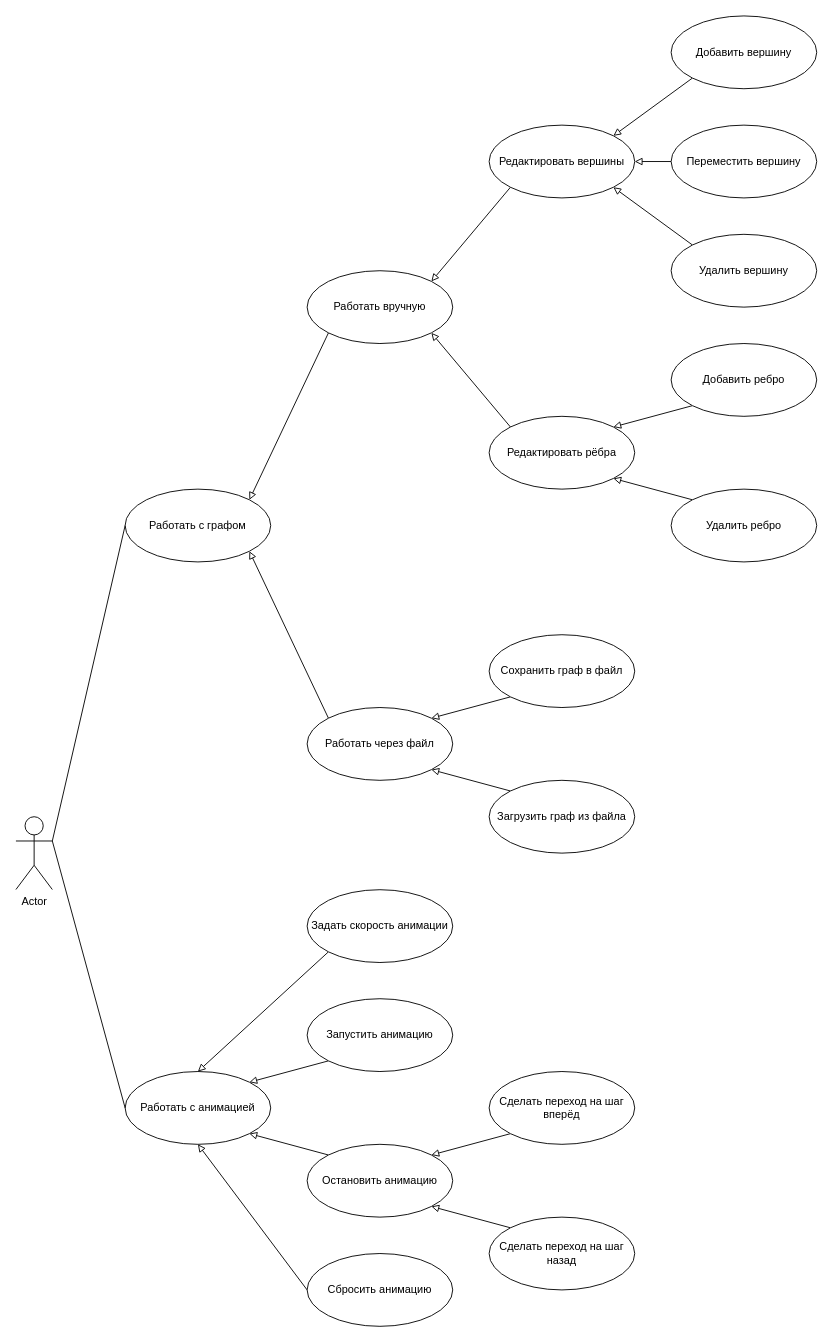
Above: UseCaseDiagram.drawio in Fikafusik/AStarVisualizer (draw.io), before the change. Source tidied: cells renumbered, new cells numbered last; positions are measured from the earlier drawing's top-left corner, leaving out a move shared by most shapes. Both pictures are drawn from the tidied source at 91%, with x=0, y=0 at pixel (15, 15).
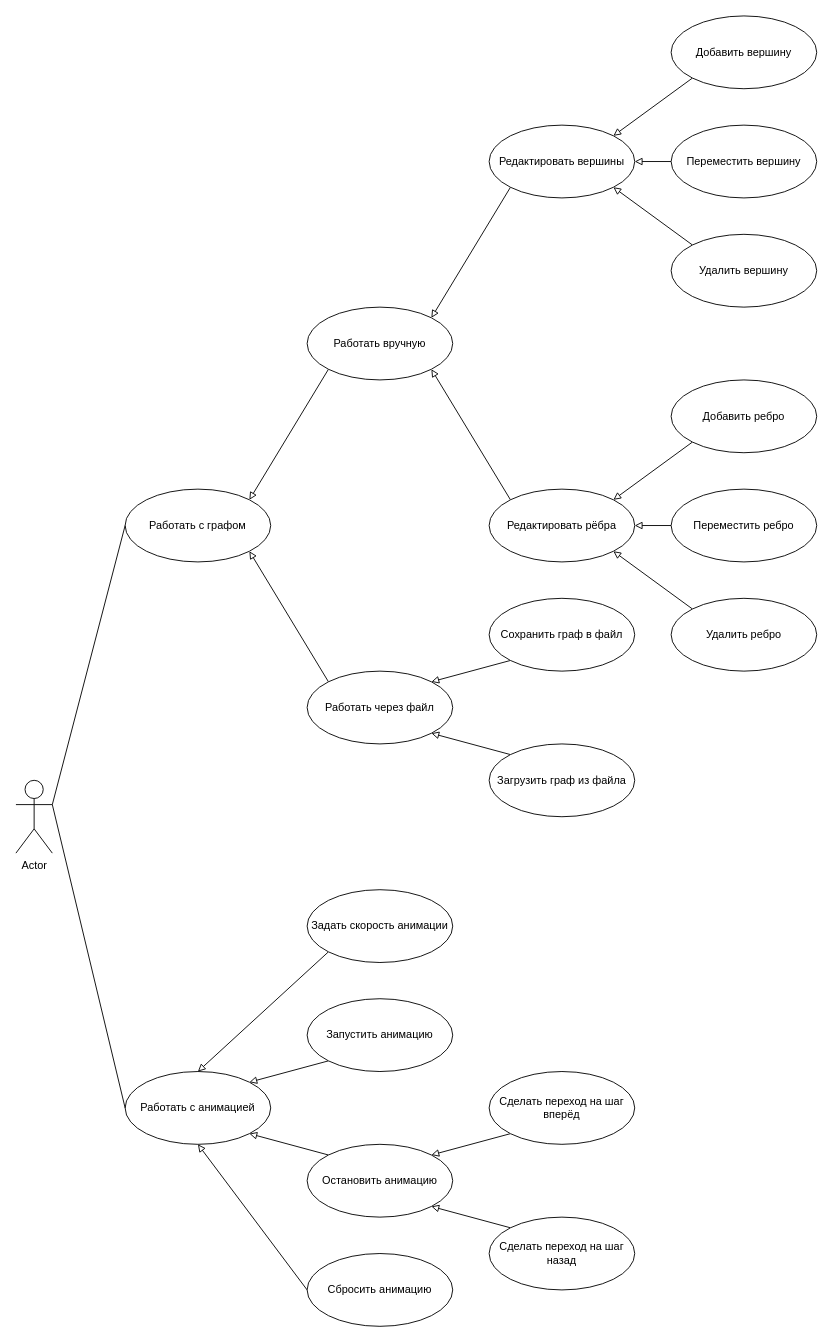
After the change.

Change to the diagram source:
```diff
@@
     <mxCell id="2" value="Actor" style="shape=umlActor;verticalLabelPosition=bottom;labelBackgroundColor=#ffffff;verticalAlign=top;html=1;outlineConnect=0;" parent="1" vertex="1">
-      <mxGeometry y="880" width="40" height="80" as="geometry" />
+      <mxGeometry y="840" width="40" height="80" as="geometry" />
     </mxCell>
@@
     <mxCell id="12" value="Добавить ребро" style="ellipse;whiteSpace=wrap;html=1;" parent="1" vertex="1">
-      <mxGeometry x="720" y="360" width="160" height="80" as="geometry" />
+      <mxGeometry x="720" y="400" width="160" height="80" as="geometry" />
     </mxCell>
@@
     <mxCell id="14" value="Сохранить граф в файл" style="ellipse;whiteSpace=wrap;html=1;" parent="1" vertex="1">
-      <mxGeometry x="520" y="680" width="160" height="80" as="geometry" />
+      <mxGeometry x="520" y="640" width="160" height="80" as="geometry" />
     </mxCell>
@@
     <mxCell id="18" value="Загрузить граф из файла" style="ellipse;whiteSpace=wrap;html=1;" parent="1" vertex="1">
-      <mxGeometry x="520" y="840" width="160" height="80" as="geometry" />
+      <mxGeometry x="520" y="800" width="160" height="80" as="geometry" />
     </mxCell>
@@
     <mxCell id="33" value="Удалить ребро" style="ellipse;whiteSpace=wrap;html=1;" parent="1" vertex="1">
-      <mxGeometry x="720" y="520" width="160" height="80" as="geometry" />
+      <mxGeometry x="720" y="640" width="160" height="80" as="geometry" />
     </mxCell>
@@
     <mxCell id="37" value="Редактировать рёбра" style="ellipse;whiteSpace=wrap;html=1;" parent="1" vertex="1">
-      <mxGeometry x="520" y="440" width="160" height="80" as="geometry" />
+      <mxGeometry x="520" y="520" width="160" height="80" as="geometry" />
     </mxCell>
@@
     <mxCell id="39" value="Работать вручную" style="ellipse;whiteSpace=wrap;html=1;" parent="1" vertex="1">
-      <mxGeometry x="320" y="280" width="160" height="80" as="geometry" />
+      <mxGeometry x="320" y="320" width="160" height="80" as="geometry" />
     </mxCell>
@@
     <mxCell id="41" value="Работать через файл" style="ellipse;whiteSpace=wrap;html=1;" parent="1" vertex="1">
-      <mxGeometry x="320" y="760" width="160" height="80" as="geometry" />
+      <mxGeometry x="320" y="720" width="160" height="80" as="geometry" />
     </mxCell>
+    <mxCell id="42" style="edgeStyle=none;rounded=0;jettySize=auto;html=1;exitX=0;exitY=0.5;exitDx=0;exitDy=0;entryX=1;entryY=0.5;entryDx=0;entryDy=0;endArrow=block;endFill=0;strokeColor=#000000;" parent="1" edge="1" source="43" target="37">
+      <mxGeometry relative="1" as="geometry" />
+    </mxCell>
+    <mxCell id="43" value="Переместить ребро" style="ellipse;whiteSpace=wrap;html=1;" parent="1" vertex="1">
+      <mxGeometry x="720" y="520" width="160" height="80" as="geometry" />
+    </mxCell>
```
